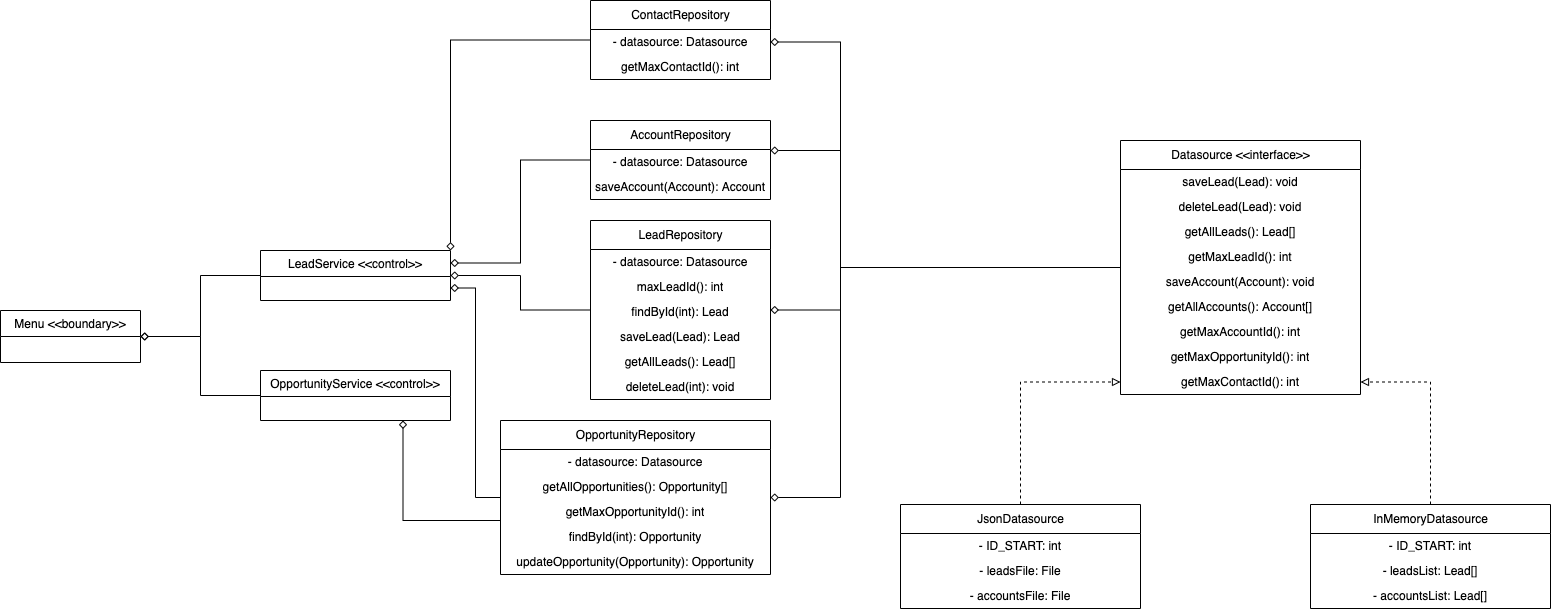
Before: docs/CRM-ArchDiagram.png, a diagram exported from draw.io (J3-PT-Java-Bootcamp/Team5-CRM). Source tidied: cells renumbered, new cells last; positions are measured from the earlier drawing's top-left corner, leaving out a move shared by most shapes.
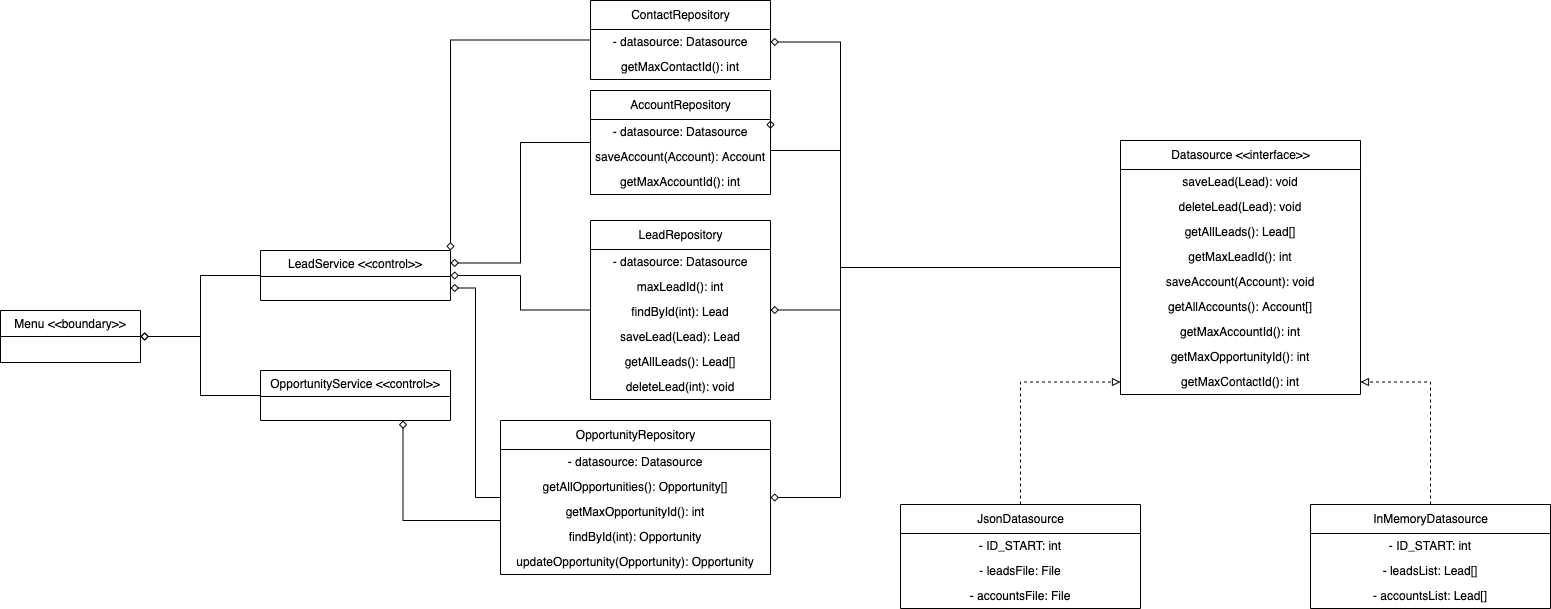
The same file after the commit.

Diff of the diagram source:
```diff
@@ -98,7 +98,7 @@
       <mxGeometry relative="1" as="geometry" />
     </mxCell>
     <mxCell id="27" value="&lt;span style=&quot;font-weight: normal;&quot;&gt;AccountRepository&lt;/span&gt;" style="swimlane;fontStyle=1;align=center;verticalAlign=middle;horizontal=1;startSize=29;html=1;" parent="1" vertex="1">
-      <mxGeometry x="590" y="120" width="180" height="79" as="geometry" />
+      <mxGeometry x="590" y="90" width="180" height="104" as="geometry" />
     </mxCell>
     <mxCell id="28" value="- datasource: Datasource" style="text;html=1;strokeColor=none;fillColor=none;align=center;verticalAlign=middle;spacingLeft=4;spacingRight=4;overflow=hidden;points=[[0,0.5],[1,0.5]];portConstraint=eastwest;" parent="27" vertex="1">
       <mxGeometry y="29" width="180" height="25" as="geometry" />
@@ -106,6 +106,9 @@
     <mxCell id="29" value="saveAccount(Account): Account" style="text;html=1;strokeColor=none;fillColor=none;align=center;verticalAlign=middle;spacingLeft=4;spacingRight=4;overflow=hidden;" parent="27" vertex="1">
       <mxGeometry y="54" width="180" height="25" as="geometry" />
     </mxCell>
+    <mxCell id="55" value="getMaxAccountId(): int" style="text;html=1;strokeColor=none;fillColor=none;align=center;verticalAlign=middle;spacingLeft=4;spacingRight=4;overflow=hidden;" parent="27" vertex="1">
+      <mxGeometry y="79" width="180" height="25" as="geometry" />
+    </mxCell>
     <mxCell id="30" style="edgeStyle=orthogonalEdgeStyle;rounded=0;jettySize=auto;html=1;entryX=1;entryY=0.5;entryDx=0;entryDy=0;endArrow=diamond;endFill=0;" parent="1" edge="1" source="31" target="48">
       <mxGeometry relative="1" as="geometry" />
     </mxCell>
```
